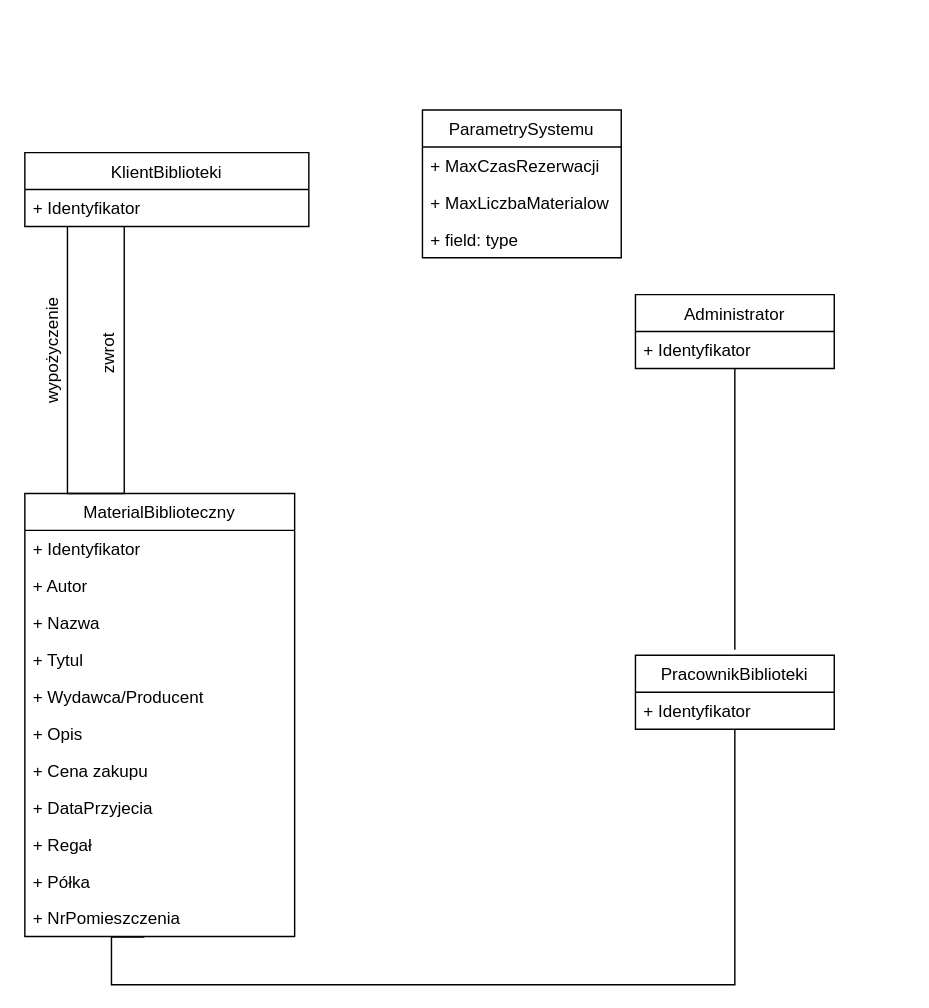
Above: Class diagram.drawio in mrogur/inz_opr (draw.io), before the change. Source tidied: cells renumbered, new cells numbered last; positions are measured from the earlier drawing's top-left corner, leaving out a move shared by most shapes. Both pictures are drawn from the tidied source at 142%, with x=0, y=0 at pixel (-11, 109).
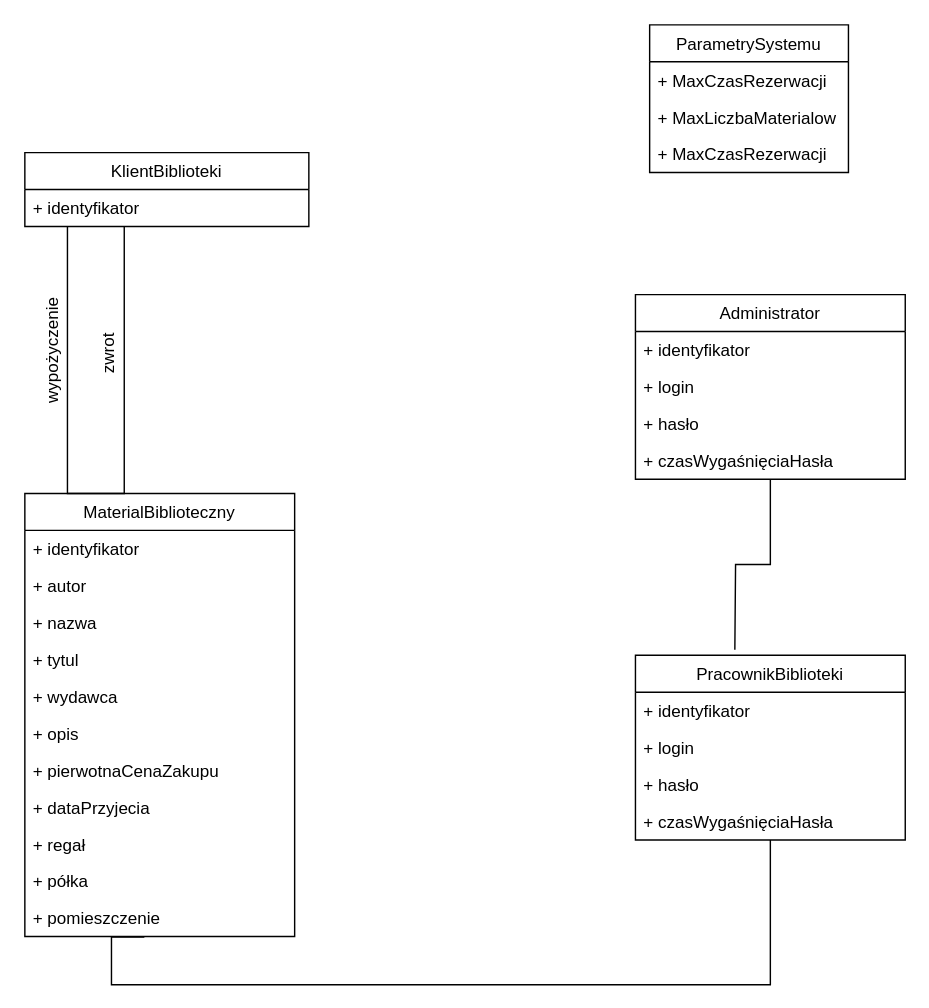
After the change.

The change refers to these unchanged cells:
```xml
<mxCell id="5" value="KlientBiblioteki" style="swimlane;fontStyle=0;horizontal=1;startSize=26;fillColor=none;" parent="1" vertex="1">
  <mxGeometry x="25" y="30" width="200" height="52" as="geometry" />
</mxCell>
<mxCell id="11" value="MaterialBiblioteczny" style="swimlane;fontStyle=0;horizontal=1;startSize=26;fillColor=none;" parent="1" vertex="1">
  <mxGeometry x="25" y="270" width="190" height="312" as="geometry" />
</mxCell>
```

Change to the diagram source:
```diff
@@
     <mxCell id="3" value="Administrator" style="swimlane;fontStyle=0;horizontal=1;startSize=26;fillColor=none;" parent="1" vertex="1">
-      <mxGeometry x="455" y="130" width="140" height="52" as="geometry" />
+      <mxGeometry x="455" y="130" width="190" height="130" as="geometry" />
     </mxCell>
-    <mxCell id="4" value="+ Identyfikator" style="text;strokeColor=none;fillColor=none;align=left;verticalAlign=top;spacingLeft=4;spacingRight=4;overflow=hidden;" parent="3" vertex="1">
-      <mxGeometry y="26" width="140" height="26" as="geometry" />
+    <mxCell id="4" value="+ identyfikator" style="text;strokeColor=none;fillColor=none;align=left;verticalAlign=top;spacingLeft=4;spacingRight=4;overflow=hidden;" parent="3" vertex="1">
+      <mxGeometry y="26" width="190" height="26" as="geometry" />
     </mxCell>
+    <mxCell id="29" value="+ login" style="text;strokeColor=none;fillColor=none;align=left;verticalAlign=top;spacingLeft=4;spacingRight=4;overflow=hidden;" parent="3" vertex="1">
+      <mxGeometry y="52" width="190" height="26" as="geometry" />
+    </mxCell>
+    <mxCell id="30" value="+ hasło" style="text;strokeColor=none;fillColor=none;align=left;verticalAlign=top;spacingLeft=4;spacingRight=4;overflow=hidden;" parent="3" vertex="1">
+      <mxGeometry y="78" width="190" height="26" as="geometry" />
+    </mxCell>
+    <mxCell id="31" value="+ czasWygaśnięciaHasła" style="text;strokeColor=none;fillColor=none;align=left;verticalAlign=top;spacingLeft=4;spacingRight=4;overflow=hidden;" parent="3" vertex="1">
+      <mxGeometry y="104" width="190" height="26" as="geometry" />
+    </mxCell>
@@
-    <mxCell id="6" value="+ Identyfikator" style="text;strokeColor=none;fillColor=none;align=left;verticalAlign=top;spacingLeft=4;spacingRight=4;overflow=hidden;points=[[0,0.5],[1,0.5]];portConstraint=eastwest;" parent="5" vertex="1">
+    <mxCell id="6" value="+ identyfikator" style="text;strokeColor=none;fillColor=none;align=left;verticalAlign=top;spacingLeft=4;spacingRight=4;overflow=hidden;points=[[0,0.5],[1,0.5]];portConstraint=eastwest;" parent="5" vertex="1">
       <mxGeometry y="26" width="200" height="26" as="geometry" />
     </mxCell>
@@
     <mxCell id="9" value="PracownikBiblioteki" style="swimlane;fontStyle=0;horizontal=1;startSize=26;fillColor=none;" parent="1" vertex="1">
-      <mxGeometry x="455" y="384" width="140" height="52" as="geometry" />
+      <mxGeometry x="455" y="384" width="190" height="130" as="geometry" />
     </mxCell>
-    <mxCell id="10" value="+ Identyfikator" style="text;strokeColor=none;fillColor=none;align=left;verticalAlign=top;spacingLeft=4;spacingRight=4;overflow=hidden;" parent="9" vertex="1">
-      <mxGeometry y="26" width="140" height="26" as="geometry" />
+    <mxCell id="10" value="+ identyfikator" style="text;strokeColor=none;fillColor=none;align=left;verticalAlign=top;spacingLeft=4;spacingRight=4;overflow=hidden;" parent="9" vertex="1">
+      <mxGeometry y="26" width="190" height="26" as="geometry" />
     </mxCell>
+    <mxCell id="32" value="+ login" style="text;strokeColor=none;fillColor=none;align=left;verticalAlign=top;spacingLeft=4;spacingRight=4;overflow=hidden;" parent="9" vertex="1">
+      <mxGeometry y="52" width="190" height="26" as="geometry" />
+    </mxCell>
+    <mxCell id="33" value="+ hasło" style="text;strokeColor=none;fillColor=none;align=left;verticalAlign=top;spacingLeft=4;spacingRight=4;overflow=hidden;" parent="9" vertex="1">
+      <mxGeometry y="78" width="190" height="26" as="geometry" />
+    </mxCell>
+    <mxCell id="34" value="+ czasWygaśnięciaHasła" style="text;strokeColor=none;fillColor=none;align=left;verticalAlign=top;spacingLeft=4;spacingRight=4;overflow=hidden;" parent="9" vertex="1">
+      <mxGeometry y="104" width="190" height="26" as="geometry" />
+    </mxCell>
@@
-    <mxCell id="12" value="+ Identyfikator" style="text;strokeColor=none;fillColor=none;align=left;verticalAlign=top;spacingLeft=4;spacingRight=4;overflow=hidden;" parent="11" vertex="1">
+    <mxCell id="12" value="+ identyfikator" style="text;strokeColor=none;fillColor=none;align=left;verticalAlign=top;spacingLeft=4;spacingRight=4;overflow=hidden;" parent="11" vertex="1">
       <mxGeometry y="26" width="190" height="26" as="geometry" />
     </mxCell>
-    <mxCell id="13" value="+ Autor" style="text;strokeColor=none;fillColor=none;align=left;verticalAlign=top;spacingLeft=4;spacingRight=4;overflow=hidden;" parent="11" vertex="1">
+    <mxCell id="13" value="+ autor" style="text;strokeColor=none;fillColor=none;align=left;verticalAlign=top;spacingLeft=4;spacingRight=4;overflow=hidden;" parent="11" vertex="1">
       <mxGeometry y="52" width="190" height="26" as="geometry" />
     </mxCell>
-    <mxCell id="14" value="+ Nazwa" style="text;strokeColor=none;fillColor=none;align=left;verticalAlign=top;spacingLeft=4;spacingRight=4;overflow=hidden;" parent="11" vertex="1">
+    <mxCell id="14" value="+ nazwa" style="text;strokeColor=none;fillColor=none;align=left;verticalAlign=top;spacingLeft=4;spacingRight=4;overflow=hidden;" parent="11" vertex="1">
       <mxGeometry y="78" width="190" height="26" as="geometry" />
     </mxCell>
-    <mxCell id="15" value="+ Tytul" style="text;strokeColor=none;fillColor=none;align=left;verticalAlign=top;spacingLeft=4;spacingRight=4;overflow=hidden;" parent="11" vertex="1">
+    <mxCell id="15" value="+ tytul" style="text;strokeColor=none;fillColor=none;align=left;verticalAlign=top;spacingLeft=4;spacingRight=4;overflow=hidden;" parent="11" vertex="1">
       <mxGeometry y="104" width="190" height="26" as="geometry" />
     </mxCell>
-    <mxCell id="16" value="+ Wydawca/Producent" style="text;strokeColor=none;fillColor=none;align=left;verticalAlign=top;spacingLeft=4;spacingRight=4;overflow=hidden;" parent="11" vertex="1">
+    <mxCell id="16" value="+ wydawca" style="text;strokeColor=none;fillColor=none;align=left;verticalAlign=top;spacingLeft=4;spacingRight=4;overflow=hidden;" parent="11" vertex="1">
       <mxGeometry y="130" width="190" height="26" as="geometry" />
     </mxCell>
-    <mxCell id="17" value="+ Opis" style="text;strokeColor=none;fillColor=none;align=left;verticalAlign=top;spacingLeft=4;spacingRight=4;overflow=hidden;" parent="11" vertex="1">
+    <mxCell id="17" value="+ opis" style="text;strokeColor=none;fillColor=none;align=left;verticalAlign=top;spacingLeft=4;spacingRight=4;overflow=hidden;" parent="11" vertex="1">
       <mxGeometry y="156" width="190" height="26" as="geometry" />
     </mxCell>
-    <mxCell id="18" value="+ Cena zakupu" style="text;strokeColor=none;fillColor=none;align=left;verticalAlign=top;spacingLeft=4;spacingRight=4;overflow=hidden;" parent="11" vertex="1">
+    <mxCell id="18" value="+ pierwotnaCenaZakupu" style="text;strokeColor=none;fillColor=none;align=left;verticalAlign=top;spacingLeft=4;spacingRight=4;overflow=hidden;" parent="11" vertex="1">
       <mxGeometry y="182" width="190" height="26" as="geometry" />
     </mxCell>
-    <mxCell id="19" value="+ DataPrzyjecia" style="text;strokeColor=none;fillColor=none;align=left;verticalAlign=top;spacingLeft=4;spacingRight=4;overflow=hidden;" parent="11" vertex="1">
+    <mxCell id="19" value="+ dataPrzyjecia" style="text;strokeColor=none;fillColor=none;align=left;verticalAlign=top;spacingLeft=4;spacingRight=4;overflow=hidden;" parent="11" vertex="1">
       <mxGeometry y="208" width="190" height="26" as="geometry" />
     </mxCell>
-    <mxCell id="20" value="+ Regał" style="text;strokeColor=none;fillColor=none;align=left;verticalAlign=top;spacingLeft=4;spacingRight=4;overflow=hidden;" parent="11" vertex="1">
+    <mxCell id="20" value="+ regał" style="text;strokeColor=none;fillColor=none;align=left;verticalAlign=top;spacingLeft=4;spacingRight=4;overflow=hidden;" parent="11" vertex="1">
       <mxGeometry y="234" width="190" height="26" as="geometry" />
     </mxCell>
-    <mxCell id="21" value="+ Półka" style="text;strokeColor=none;fillColor=none;align=left;verticalAlign=top;spacingLeft=4;spacingRight=4;overflow=hidden;" parent="11" vertex="1">
+    <mxCell id="21" value="+ półka" style="text;strokeColor=none;fillColor=none;align=left;verticalAlign=top;spacingLeft=4;spacingRight=4;overflow=hidden;" parent="11" vertex="1">
       <mxGeometry y="260" width="190" height="26" as="geometry" />
     </mxCell>
-    <mxCell id="22" value="+ NrPomieszczenia" style="text;strokeColor=none;fillColor=none;align=left;verticalAlign=top;spacingLeft=4;spacingRight=4;overflow=hidden;points=[[0,0.5],[1,0.5]];portConstraint=eastwest;" parent="11" vertex="1">
+    <mxCell id="22" value="+ pomieszczenie" style="text;strokeColor=none;fillColor=none;align=left;verticalAlign=top;spacingLeft=4;spacingRight=4;overflow=hidden;points=[[0,0.5],[1,0.5]];portConstraint=eastwest;" parent="11" vertex="1">
       <mxGeometry y="286" width="190" height="26" as="geometry" />
     </mxCell>
@@
     <mxCell id="25" value="ParametrySystemu" style="swimlane;fontStyle=0;horizontal=1;startSize=26;fillColor=none;" parent="1" vertex="1">
-      <mxGeometry x="305" width="140" height="104" as="geometry" />
+      <mxGeometry x="465" y="-60" width="140" height="104" as="geometry" />
     </mxCell>
@@
-    <mxCell id="28" value="+ field: type" style="text;strokeColor=none;fillColor=none;align=left;verticalAlign=top;spacingLeft=4;spacingRight=4;overflow=hidden;" parent="25" vertex="1">
+    <mxCell id="28" value="+ MaxCzasRezerwacji" style="text;strokeColor=none;fillColor=none;align=left;verticalAlign=top;spacingLeft=4;spacingRight=4;overflow=hidden;" parent="25" vertex="1">
       <mxGeometry y="78" width="140" height="26" as="geometry" />
     </mxCell>
```
